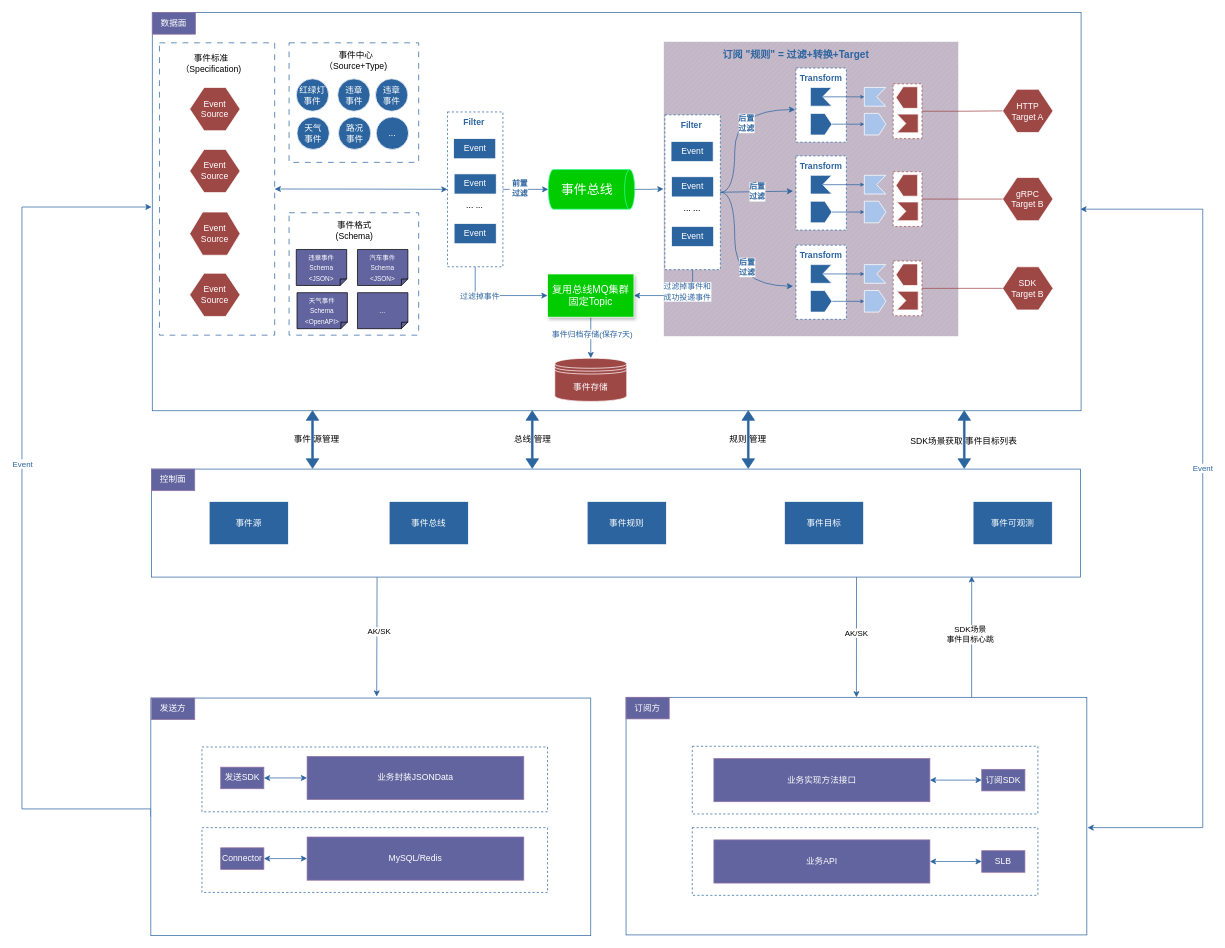
Before: 事件中心SDK.drawio in qiangyin/zipkin-server, a draw.io diagram. Source tidied: cells renumbered, new cells numbered last; positions are measured from the earlier drawing's top-left corner, leaving out a move shared by most shapes. Both pictures are drawn from the tidied source at 72%, with x=0, y=0 at pixel (22, 12).
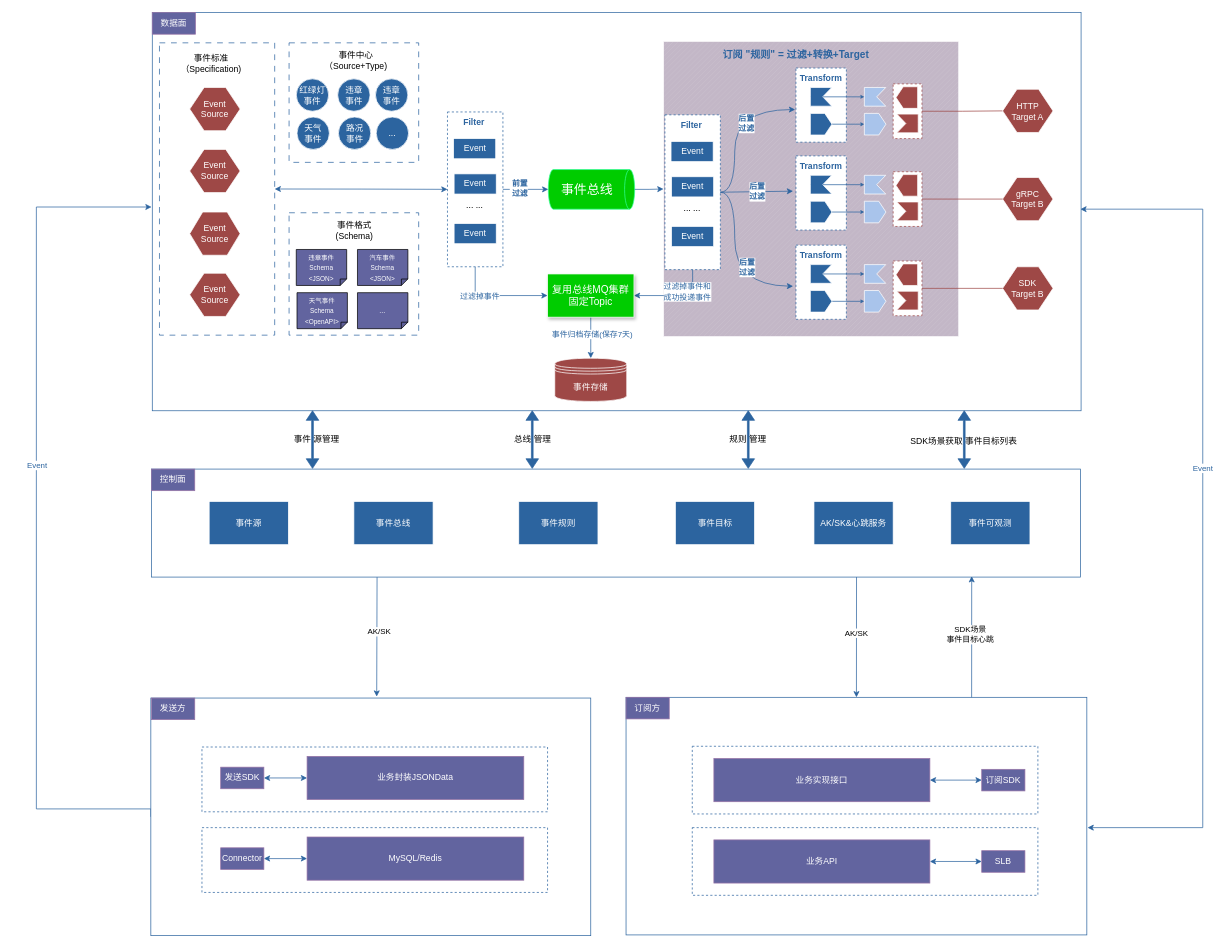
The same diagram, later.

Commit message:
更新事件中心SDK.drawio

Unchanged cells that the change refers to:
```xml
<mxCell id="112" style="rounded=0;whiteSpace=wrap;html=1;strokeColor=#2C649F;" parent="1" vertex="1">
  <mxGeometry x="179" y="952" width="611" height="330" as="geometry" />
</mxCell>
```

Change to the diagram source:
```diff
@@
     <mxCell id="100" value="&lt;font color=&quot;#ffffff&quot;&gt;事件总线&lt;/font&gt;" style="rounded=0;whiteSpace=wrap;html=1;fillColor=#2C649F;strokeColor=#FFFFFF;" parent="1" vertex="1">
-      <mxGeometry x="510" y="679" width="110" height="60" as="geometry" />
+      <mxGeometry x="461" y="679" width="110" height="60" as="geometry" />
     </mxCell>
     <mxCell id="101" value="&lt;font color=&quot;#ffffff&quot;&gt;事件规则&lt;/font&gt;" style="rounded=0;whiteSpace=wrap;html=1;fillColor=#2C649F;strokeColor=#FFFFFF;" parent="1" vertex="1">
-      <mxGeometry x="785" y="679" width="110" height="60" as="geometry" />
+      <mxGeometry x="690" y="679" width="110" height="60" as="geometry" />
     </mxCell>
     <mxCell id="102" value="&lt;font color=&quot;#ffffff&quot;&gt;事件目标&lt;/font&gt;" style="rounded=0;whiteSpace=wrap;html=1;fillColor=#2C649F;strokeColor=#FFFFFF;" parent="1" vertex="1">
-      <mxGeometry x="1059" y="679" width="110" height="60" as="geometry" />
+      <mxGeometry x="907.5" y="679" width="110" height="60" as="geometry" />
     </mxCell>
@@
     <mxCell id="105" value="&lt;font color=&quot;#ffffff&quot;&gt;事件可观测&lt;/font&gt;" style="rounded=0;whiteSpace=wrap;html=1;fillColor=#2C649F;strokeColor=#FFFFFF;" parent="1" vertex="1">
-      <mxGeometry x="1321" y="679" width="110" height="60" as="geometry" />
+      <mxGeometry x="1290" y="679" width="110" height="60" as="geometry" />
     </mxCell>
@@
     <mxCell id="110" style="edgeStyle=orthogonalEdgeStyle;rounded=0;jettySize=auto;html=1;exitX=0;exitY=0.5;exitDx=0;exitDy=0;strokeColor=#2C649F;" parent="1" edge="1" source="112">
       <mxGeometry relative="1" as="geometry">
         <mxPoint x="180" y="270" as="targetPoint" />
         <Array as="points">
           <mxPoint x="179" y="1106" />
-          <mxPoint y="1106" />
-          <mxPoint y="270" />
+          <mxPoint x="20" y="1106" />
+          <mxPoint x="20" y="270" />
         </Array>
       </mxGeometry>
     </mxCell>
@@
-    <mxCell id="117" value="&lt;font color=&quot;#ffffff&quot;&gt;业务实现方法接口&lt;/font&gt;" style="rounded=0;whiteSpace=wrap;html=1;fillColor=#62649F;strokeColor=#9673a6;gradientColor=none;" parent="1" vertex="1">
+    <mxCell id="117" value="&lt;font color=&quot;#ffffff&quot;&gt;业务实现接口&lt;/font&gt;" style="rounded=0;whiteSpace=wrap;html=1;fillColor=#62649F;strokeColor=#9673a6;gradientColor=none;" parent="1" vertex="1">
       <mxGeometry x="961" y="1036" width="300" height="60" as="geometry" />
     </mxCell>
@@
+    <mxCell id="141" value="&lt;font color=&quot;#ffffff&quot;&gt;AK/SK&amp;amp;心跳服务&lt;/font&gt;" style="rounded=0;whiteSpace=wrap;html=1;fillColor=#2C649F;strokeColor=#FFFFFF;" parent="1" vertex="1">
+      <mxGeometry x="1100" y="679" width="110" height="60" as="geometry" />
+    </mxCell>
```
